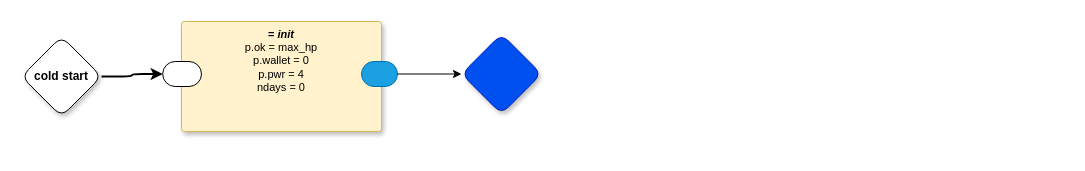
The draw.io diagram page "Game" (2 of 3) of dc0d.drawio in guitarvydas/dc0d, before the edit. Source tidied: cells renumbered, new cells numbered last; positions are measured from the earlier drawing's top-left corner, leaving out a move shared by most shapes. Both pictures are drawn from the tidied source at 100%, with x=0, y=0 at pixel (21, 21).
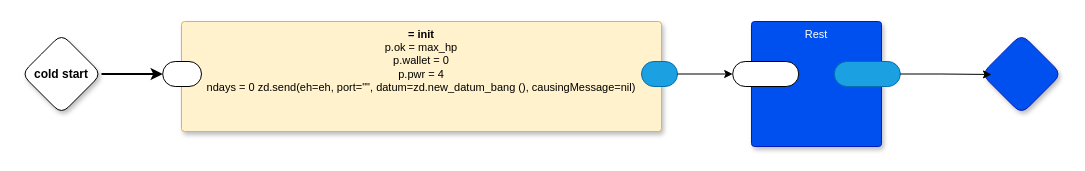
The same page after the edit.

Commit message (it also covers changes not shown here):
cold_start and Rest

The edit, as a diff of the source:
```diff
@@
 <mxGraphModel>
   <root>
     <mxCell id="0" />
     <mxCell id="1" parent="0" />
     <mxCell id="2" value="cold start" style="rhombus;whiteSpace=wrap;html=1;rounded=1;fontStyle=1;glass=0;sketch=0;fontSize=12;points=[[0,0.5,0,0,0],[0.5,0,0,0,0],[0.5,1,0,0,0],[1,0.5,0,0,0]];shadow=1;fontFamily=Helvetica;fontColor=default;" parent="1" vertex="1">
-      <mxGeometry y="15" width="80" height="80" as="geometry" />
+      <mxGeometry y="12.5" width="80" height="80" as="geometry" />
     </mxCell>
     <mxCell id="3" style="rhombus;whiteSpace=wrap;html=1;rounded=1;fillColor=#0050ef;fontColor=#ffffff;strokeColor=#001DBC;fontStyle=1;glass=0;sketch=0;fontSize=12;points=[[0,0.5,0,0,0],[0.5,0,0,0,0],[0.5,1,0,0,0],[1,0.5,0,0,0]];shadow=1;fontFamily=Helvetica;" parent="1" vertex="1">
-      <mxGeometry x="440" y="12.5" width="80" height="80" as="geometry" />
+      <mxGeometry x="960" y="12.5" width="80" height="80" as="geometry" />
     </mxCell>
-    <mxCell id="4" value="&lt;b&gt;= &lt;i&gt;init&lt;/i&gt;&lt;/b&gt;&lt;br&gt;p.ok = max_hp&lt;br&gt;p.wallet = 0&lt;br&gt;p.pwr = 4&lt;br&gt;ndays = 0" style="rounded=1;whiteSpace=wrap;html=1;sketch=0;verticalAlign=top;arcSize=6;fontStyle=0;absoluteArcSize=1;shadow=1;strokeColor=#d6b656;fillColor=#fff2cc;fontFamily=Helvetica;fontSize=11;" parent="1" vertex="1">
-      <mxGeometry x="160" width="200" height="110" as="geometry" />
+    <mxCell id="4" value="&lt;b&gt;= init&lt;/b&gt;&lt;br&gt;p.ok = max_hp&lt;br&gt;p.wallet = 0&lt;br&gt;p.pwr = 4&lt;br&gt;ndays = 0 zd.send(eh=eh, port=&quot;&quot;, datum=zd.new_datum_bang (), causingMessage=nil)" style="rounded=1;whiteSpace=wrap;html=1;sketch=0;verticalAlign=top;arcSize=6;fontStyle=0;absoluteArcSize=1;shadow=1;strokeColor=#d6b656;fillColor=#fff2cc;fontFamily=Helvetica;fontSize=11;" parent="1" vertex="1">
+      <mxGeometry x="160" width="480" height="110" as="geometry" />
     </mxCell>
     <mxCell id="5" style="rounded=1;whiteSpace=wrap;html=1;sketch=0;points=[[0,0.5,0,0,0],[1,0.5,0,0,0]];arcSize=50;fontFamily=Helvetica;fontSize=11;fontColor=default;" parent="4" vertex="1">
       <mxGeometry x="-18.8" y="40" width="38.8" height="25" as="geometry" />
     </mxCell>
     <mxCell id="6" style="rounded=1;whiteSpace=wrap;html=1;sketch=0;points=[[0,0.5,0,0,0],[1,0.5,0,0,0]];fillColor=#1ba1e2;fontColor=#ffffff;strokeColor=#006EAF;arcSize=50;fontFamily=Helvetica;fontSize=11;" parent="4" vertex="1">
-      <mxGeometry x="180" y="40" width="36" height="25" as="geometry" />
+      <mxGeometry x="460" y="40" width="36" height="25" as="geometry" />
     </mxCell>
-    <mxCell id="7" style="edgeStyle=orthogonalEdgeStyle;rounded=0;jettySize=auto;html=1;exitX=1;exitY=0.5;exitDx=0;exitDy=0;exitPerimeter=0;entryX=0;entryY=0.5;entryDx=0;entryDy=0;entryPerimeter=0;" parent="1" edge="1" source="6" target="3">
-      <mxGeometry relative="1" as="geometry" />
-    </mxCell>
     <mxCell id="8" style="edgeStyle=orthogonalEdgeStyle;rounded=1;jettySize=auto;html=1;entryX=0;entryY=0.5;entryDx=0;entryDy=0;entryPerimeter=0;strokeWidth=2;curved=0;" parent="1" edge="1" source="2" target="5">
       <mxGeometry relative="1" as="geometry" />
     </mxCell>
+    <mxCell id="9" value="Rest" style="rounded=1;whiteSpace=wrap;html=1;sketch=0;verticalAlign=top;arcSize=6;fontStyle=0;absoluteArcSize=1;shadow=1;strokeColor=#001DBC;fillColor=#0050ef;fontColor=#ffffff;fontFamily=Helvetica;fontSize=11;" parent="1" vertex="1">
+      <mxGeometry x="730" width="130" height="125" as="geometry" />
+    </mxCell>
+    <mxCell id="10" style="rounded=1;whiteSpace=wrap;html=1;sketch=0;points=[[0,0.5,0,0,0],[1,0.5,0,0,0]];arcSize=50;fontFamily=Helvetica;fontSize=11;fontColor=default;" parent="9" vertex="1">
+      <mxGeometry x="-18.8" y="40" width="66" height="25" as="geometry" />
+    </mxCell>
+    <mxCell id="11" style="rounded=1;whiteSpace=wrap;html=1;sketch=0;points=[[0,0.5,0,0,0],[1,0.5,0,0,0]];fillColor=#1ba1e2;fontColor=#ffffff;strokeColor=#006EAF;arcSize=50;fontFamily=Helvetica;fontSize=11;" parent="9" vertex="1">
+      <mxGeometry x="82.8" y="40" width="66" height="25" as="geometry" />
+    </mxCell>
+    <mxCell id="12" style="edgeStyle=orthogonalEdgeStyle;rounded=0;jettySize=auto;html=1;exitX=1;exitY=0.5;exitDx=0;exitDy=0;exitPerimeter=0;entryX=0;entryY=0.5;entryDx=0;entryDy=0;entryPerimeter=0;" parent="1" edge="1" source="6" target="10">
+      <mxGeometry relative="1" as="geometry" />
+    </mxCell>
+    <mxCell id="13" style="edgeStyle=orthogonalEdgeStyle;rounded=0;jettySize=auto;html=1;exitX=1;exitY=0.5;exitDx=0;exitDy=0;exitPerimeter=0;entryX=0.125;entryY=0.506;entryDx=0;entryDy=0;entryPerimeter=0;" parent="1" edge="1" source="11" target="3">
+      <mxGeometry relative="1" as="geometry" />
+    </mxCell>
   </root>
 </mxGraphModel>
```
